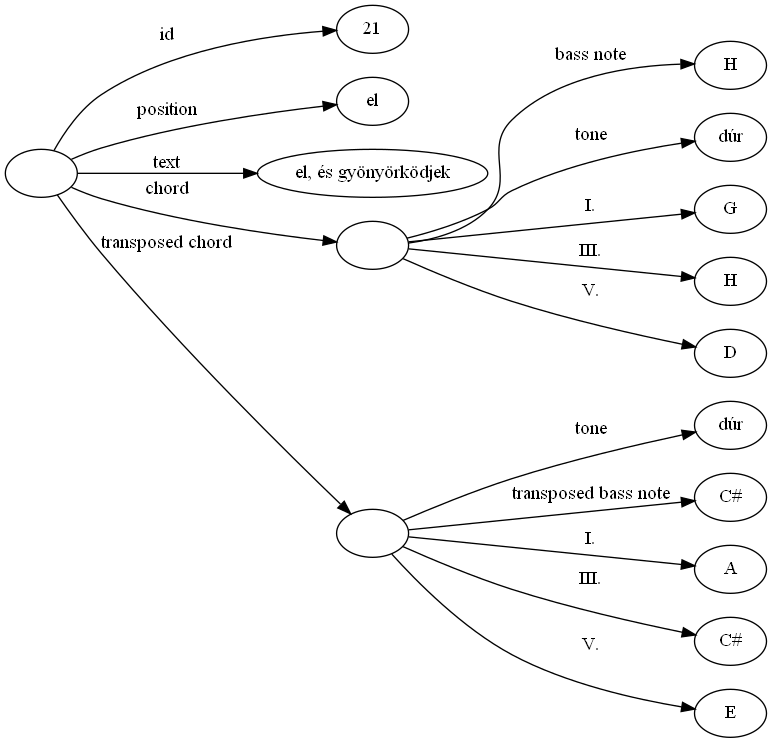
Before: szakdolgozat/images/img_src/rdf_graph_6.png, a diagram exported from Graphviz (Ancsak01/szakdolgozat). Its source is kept beside it as szakdolgozat/images/img_src/rdf_graph_6.dot.
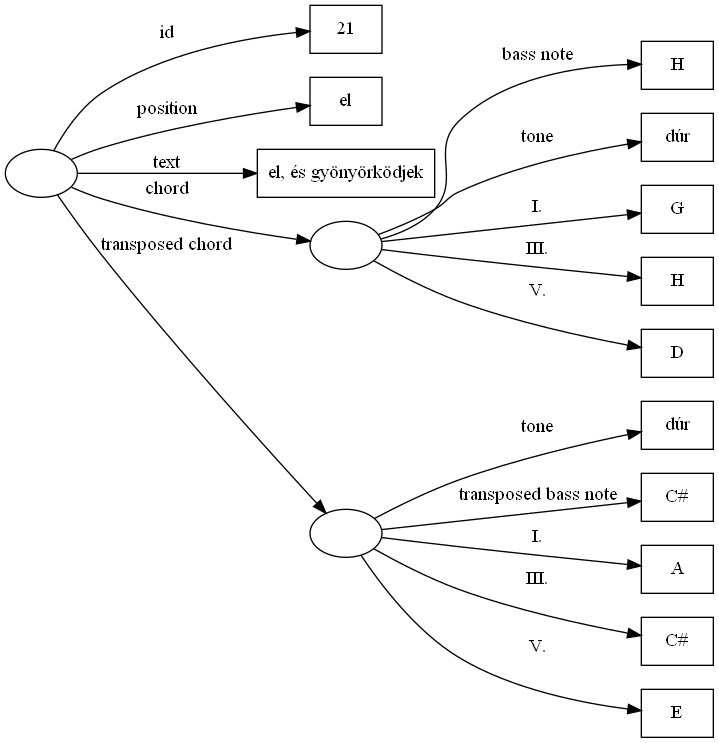
The same diagram one commit later.

Diff of the diagram source:
```diff
@@ -1,21 +1,21 @@
 digraph g {
     rankdir=LR
     Segment [label=""]
-    ID [label="21"]
-    Position [label="el"]
-    Text [label="el, és gyönyörködjek"]
-    Bass_note [label="H"]
+    ID [label="21" shape="box"]
+    Position [label="el" shape="box"]
+    Text [label="el, és gyönyörködjek" shape="box"]
+    Bass_note [label="H" shape="box"]
     Chord [label=""]
-    Tone [label="dúr"]
-    Deg1 [label="G"]
-    Deg3 [label="H"]
-    Deg5 [label="D"]
+    Tone [label="dúr" shape="box"]
+    Deg1 [label="G" shape="box"]
+    Deg3 [label="H" shape="box"]
+    Deg5 [label="D" shape="box"]
     T_Chord [label=""]
-    T_Tone [label="dúr"]
-    T_Bass_note [label="C#"]
-    T_Deg1 [label="A"]
-    T_Deg3 [label="C#"]
-    T_Deg5 [label="E"]
+    T_Tone [label="dúr" shape="box"]
+    T_Bass_note [label="C#" shape="box"]
+    T_Deg1 [label="A" shape="box"]
+    T_Deg3 [label="C#" shape="box"]
+    T_Deg5 [label="E" shape="box"]
     Segment -> ID [label="id"]
     Segment -> Position [label="position"]
     Segment -> Text [label="text"]
```
